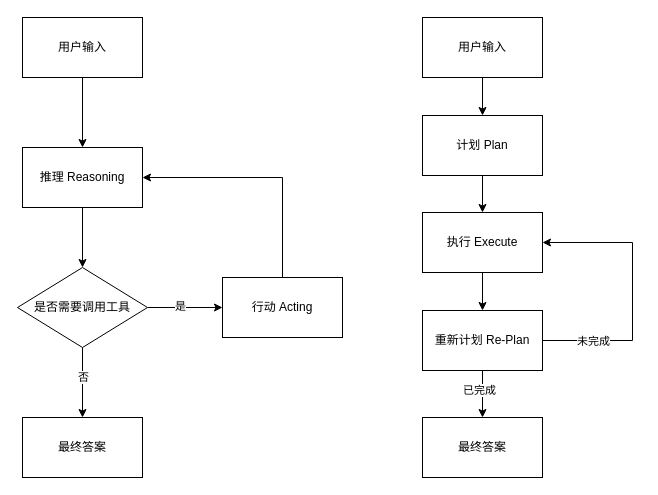
Earlier version of the draw.io diagram LLM/Agent运行模式.drawio (jayouths/drawio_Repository). Source tidied: cells renumbered, new cells numbered last; positions are measured from the earlier drawing's top-left corner, leaving out a move shared by most shapes. Both pictures are drawn from the tidied source at 100%, with x=0, y=0 at pixel (17, 17).
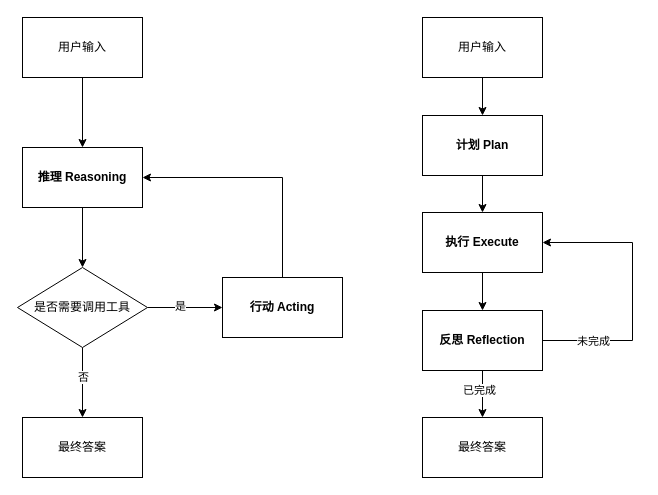
The same diagram, later.

Commit message:
更新Agent运行模式.drawio

What changed in the source:
```diff
@@
-    <mxCell id="5" value="推理 Reasoning" style="rounded=0;whiteSpace=wrap;html=1;" parent="1" vertex="1">
+    <mxCell id="5" value="推理 Reasoning" style="rounded=0;whiteSpace=wrap;html=1;fontStyle=1;" parent="1" vertex="1">
       <mxGeometry x="5" y="130" width="120" height="60" as="geometry" />
     </mxCell>
@@
-    <mxCell id="12" value="行动 Acting" style="whiteSpace=wrap;html=1;" parent="1" vertex="1">
+    <mxCell id="12" value="行动 Acting" style="whiteSpace=wrap;html=1;fontStyle=1;" parent="1" vertex="1">
       <mxGeometry x="205" y="260" width="120" height="60" as="geometry" />
     </mxCell>
@@
-    <mxCell id="17" value="计划 Plan" style="rounded=0;whiteSpace=wrap;html=1;" parent="1" vertex="1">
+    <mxCell id="17" value="计划 Plan" style="rounded=0;whiteSpace=wrap;html=1;fontStyle=1;" parent="1" vertex="1">
       <mxGeometry x="405" y="98" width="120" height="60" as="geometry" />
     </mxCell>
@@
-    <mxCell id="19" value="执行 Execute" style="rounded=0;whiteSpace=wrap;html=1;" parent="1" vertex="1">
+    <mxCell id="19" value="执行 Execute" style="rounded=0;whiteSpace=wrap;html=1;fontStyle=1;" parent="1" vertex="1">
       <mxGeometry x="405" y="195" width="120" height="60" as="geometry" />
     </mxCell>
@@
-    <mxCell id="24" value="重新计划 Re-Plan" style="rounded=0;whiteSpace=wrap;html=1;" parent="1" vertex="1">
+    <mxCell id="24" value="反思 Reflection" style="rounded=0;whiteSpace=wrap;html=1;fontStyle=1;" parent="1" vertex="1">
       <mxGeometry x="405" y="293" width="120" height="60" as="geometry" />
     </mxCell>
```
